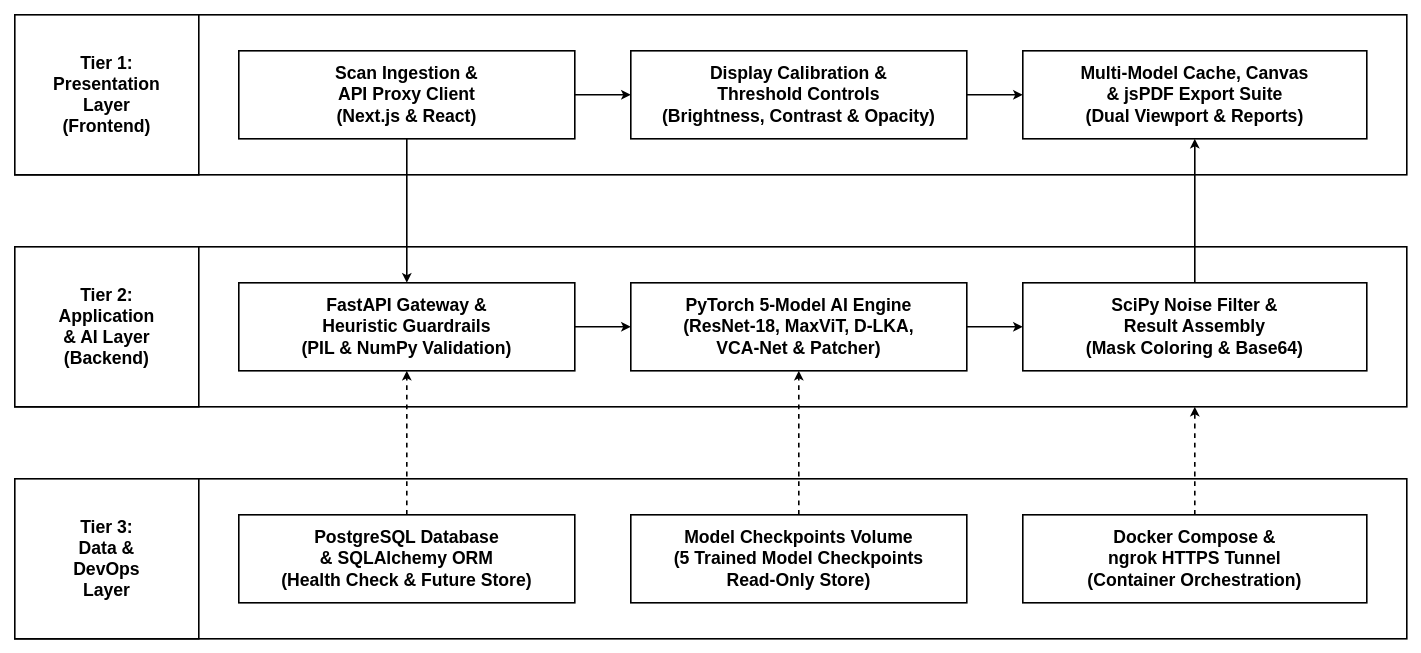
This is 04-nu-stroke-scan-master-architecture.drawio from Cell1991/nu-stroke-scan, a draw.io file, before an edit. Source tidied: cells renumbered, new cells numbered last; positions are measured from the earlier drawing's top-left corner, leaving out a move shared by most shapes. Both pictures are drawn from the tidied source at 80%, with x=0, y=0 at pixel (14, 14).
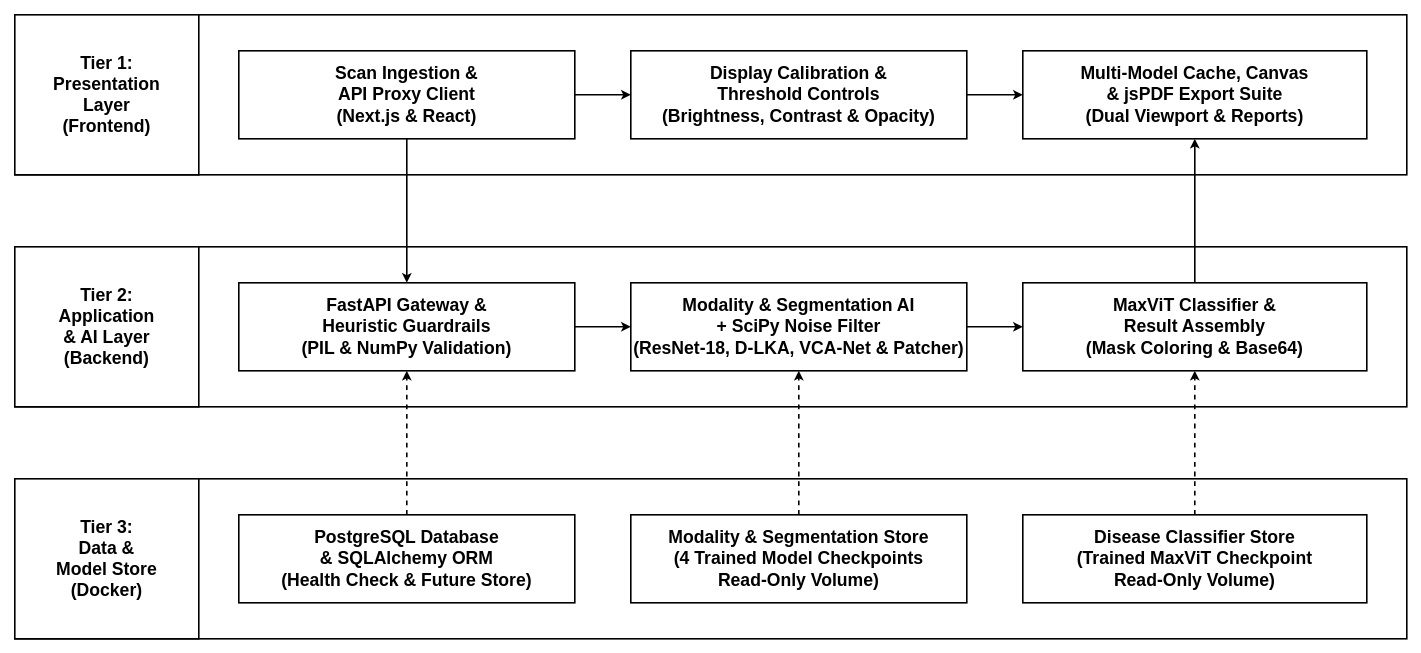
Above is the later version.

The change refers to these unchanged cells:
```xml
<mxCell id="7" style="rounded=0;whiteSpace=wrap;html=1;fillColor=#FFFFFF;strokeColor=#000000;strokeWidth=2;" parent="1" vertex="1">
  <mxGeometry y="290" width="1740" height="200" as="geometry" />
</mxCell>
```

What changed in the source:
```diff
@@
-    <mxCell id="10" value="PyTorch 5-Model AI Engine&#10;(ResNet-18, MaxViT, D-LKA,&#10;VCA-Net &amp; Patcher)" style="rounded=0;whiteSpace=wrap;html=1;fillColor=#FFFFFF;strokeColor=#000000;strokeWidth=2;fontColor=#000000;fontFamily=Arial,Helvetica,sans-serif;fontStyle=1;fontSize=22;" parent="1" vertex="1">
+    <mxCell id="10" value="Modality &amp; Segmentation AI&#10;+ SciPy Noise Filter&#10;(ResNet-18, D-LKA, VCA-Net &amp; Patcher)" style="rounded=0;whiteSpace=wrap;html=1;fillColor=#FFFFFF;strokeColor=#000000;strokeWidth=2;fontColor=#000000;fontFamily=Arial,Helvetica,sans-serif;fontStyle=1;fontSize=22;" parent="1" vertex="1">
       <mxGeometry x="770" y="335" width="420" height="110" as="geometry" />
     </mxCell>
-    <mxCell id="11" value="SciPy Noise Filter &amp;&#10;Result Assembly&#10;(Mask Coloring &amp; Base64)" style="rounded=0;whiteSpace=wrap;html=1;fillColor=#FFFFFF;strokeColor=#000000;strokeWidth=2;fontColor=#000000;fontFamily=Arial,Helvetica,sans-serif;fontStyle=1;fontSize=22;" parent="1" vertex="1">
+    <mxCell id="11" value="MaxViT Classifier &amp;&#10;Result Assembly&#10;(Mask Coloring &amp; Base64)" style="rounded=0;whiteSpace=wrap;html=1;fillColor=#FFFFFF;strokeColor=#000000;strokeWidth=2;fontColor=#000000;fontFamily=Arial,Helvetica,sans-serif;fontStyle=1;fontSize=22;" parent="1" vertex="1">
       <mxGeometry x="1260" y="335" width="430" height="110" as="geometry" />
     </mxCell>
@@
-    <mxCell id="13" value="Tier 3:&#10;Data &amp;&#10;DevOps&#10;Layer" style="rounded=0;whiteSpace=wrap;html=1;fillColor=#FFFFFF;strokeColor=#000000;strokeWidth=2;fontColor=#000000;fontFamily=Arial,Helvetica,sans-serif;fontStyle=1;fontSize=22;" parent="1" vertex="1">
+    <mxCell id="13" value="Tier 3:&#10;Data &amp;&#10;Model Store&#10;(Docker)" style="rounded=0;whiteSpace=wrap;html=1;fillColor=#FFFFFF;strokeColor=#000000;strokeWidth=2;fontColor=#000000;fontFamily=Arial,Helvetica,sans-serif;fontStyle=1;fontSize=22;" parent="1" vertex="1">
       <mxGeometry y="580" width="230" height="200" as="geometry" />
     </mxCell>
@@
-    <mxCell id="15" value="Model Checkpoints Volume&#10;(5 Trained Model Checkpoints&#10;Read-Only Store)" style="rounded=0;whiteSpace=wrap;html=1;fillColor=#FFFFFF;strokeColor=#000000;strokeWidth=2;fontColor=#000000;fontFamily=Arial,Helvetica,sans-serif;fontStyle=1;fontSize=22;" parent="1" vertex="1">
+    <mxCell id="15" value="Modality &amp; Segmentation Store&#10;(4 Trained Model Checkpoints&#10;Read-Only Volume)" style="rounded=0;whiteSpace=wrap;html=1;fillColor=#FFFFFF;strokeColor=#000000;strokeWidth=2;fontColor=#000000;fontFamily=Arial,Helvetica,sans-serif;fontStyle=1;fontSize=22;" parent="1" vertex="1">
       <mxGeometry x="770" y="625" width="420" height="110" as="geometry" />
     </mxCell>
-    <mxCell id="16" value="Docker Compose &amp;&#10;ngrok HTTPS Tunnel&#10;(Container Orchestration)" style="rounded=0;whiteSpace=wrap;html=1;fillColor=#FFFFFF;strokeColor=#000000;strokeWidth=2;fontColor=#000000;fontFamily=Arial,Helvetica,sans-serif;fontStyle=1;fontSize=22;" parent="1" vertex="1">
+    <mxCell id="16" value="Disease Classifier Store&#10;(Trained MaxViT Checkpoint&#10;Read-Only Volume)" style="rounded=0;whiteSpace=wrap;html=1;fillColor=#FFFFFF;strokeColor=#000000;strokeWidth=2;fontColor=#000000;fontFamily=Arial,Helvetica,sans-serif;fontStyle=1;fontSize=22;" parent="1" vertex="1">
       <mxGeometry x="1260" y="625" width="430" height="110" as="geometry" />
     </mxCell>
@@
-    <mxCell id="25" style="edgeStyle=orthogonalEdgeStyle;rounded=0;jettySize=auto;html=1;strokeColor=#000000;strokeWidth=2;dashed=1;exitX=0.5;exitY=0;exitDx=0;exitDy=0;entryX=0.8477;entryY=1;entryDx=0;entryDy=0;entryPerimeter=0;" parent="1" edge="1" source="16" target="7">
+    <mxCell id="25" style="edgeStyle=orthogonalEdgeStyle;rounded=0;jettySize=auto;html=1;strokeColor=#000000;strokeWidth=2;dashed=1;exitX=0.5;exitY=0;exitDx=0;exitDy=0;entryX=0.5;entryY=1;entryDx=0;entryDy=0;" parent="1" edge="1" source="16" target="11">
       <mxGeometry relative="1" as="geometry" />
     </mxCell>
```
